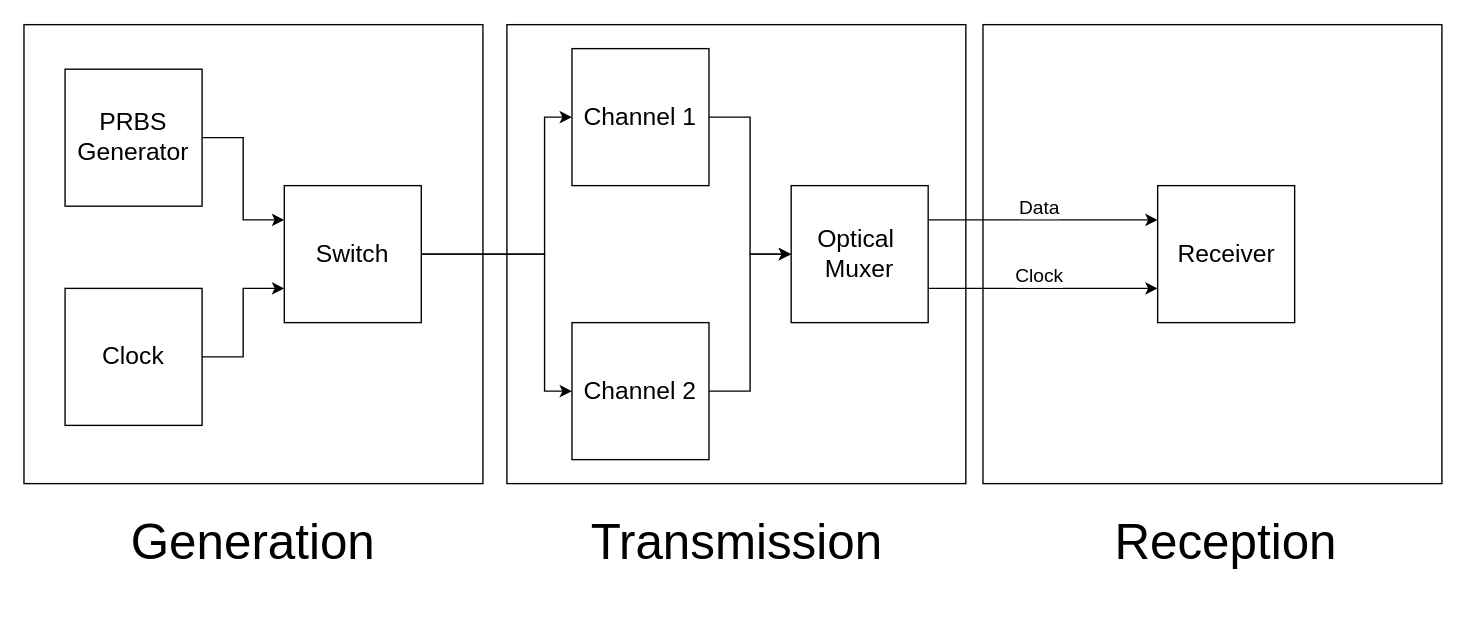
Above: img/overview.drawio in AmmarShaqeel/ucl-final (draw.io), before the change. Source tidied: cells renumbered, new cells numbered last; positions are measured from the earlier drawing's top-left corner, leaving out a move shared by most shapes. Both pictures are drawn from the tidied source at 137%, with x=0, y=0 at pixel (23, 25).
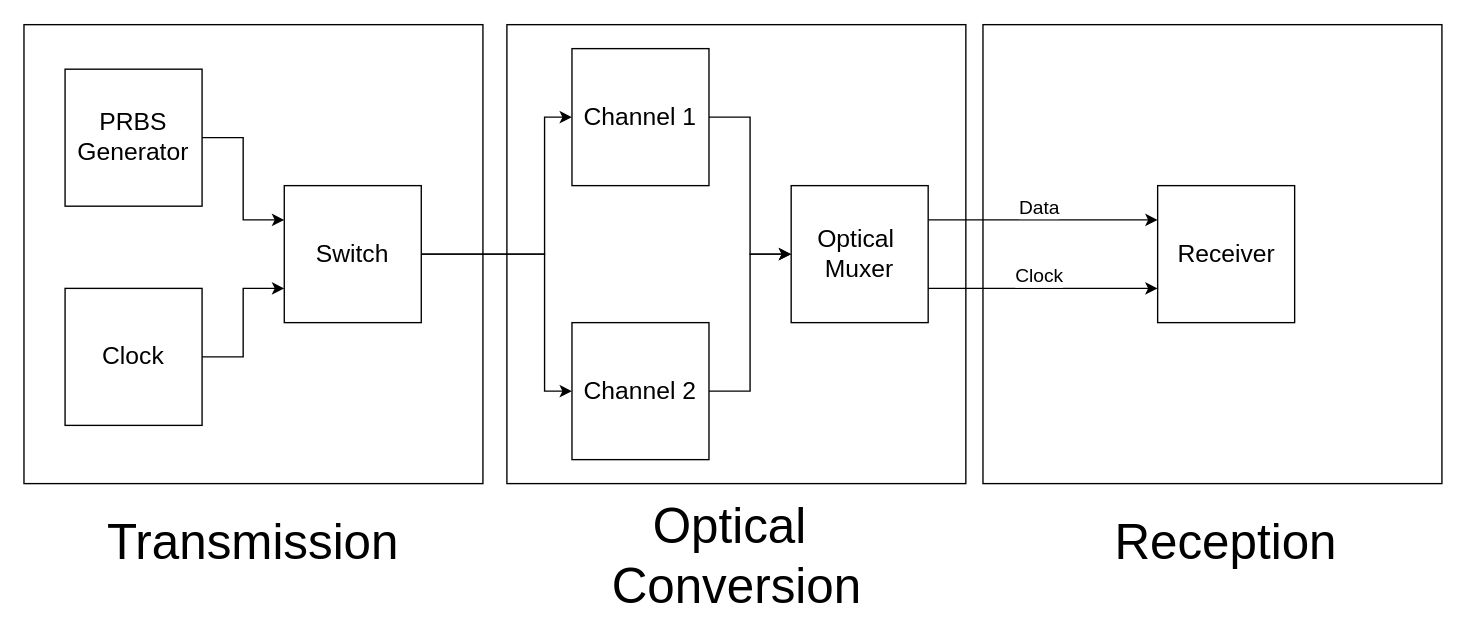
The same diagram, later.

What changed in the source:
```diff
@@
-    <mxCell id="20" value="&lt;font style=&quot;font-size: 36px&quot;&gt;Transmission&lt;/font&gt;" style="text;html=1;strokeColor=none;fillColor=none;align=center;verticalAlign=middle;whiteSpace=wrap;rounded=0;" parent="1" vertex="1">
-      <mxGeometry x="412.5" y="352" width="215" height="50" as="geometry" />
+    <mxCell id="20" value="&lt;font style=&quot;font-size: 36px&quot;&gt;Optical&amp;nbsp;&lt;br&gt;Conversion&lt;br&gt;&lt;/font&gt;" style="text;html=1;strokeColor=none;fillColor=none;align=center;verticalAlign=middle;whiteSpace=wrap;rounded=0;" parent="1" vertex="1">
+      <mxGeometry x="412.5" y="362" width="215" height="50" as="geometry" />
     </mxCell>
@@
-    <mxCell id="22" value="&lt;font style=&quot;font-size: 36px&quot;&gt;Generation&lt;/font&gt;" style="text;html=1;strokeColor=none;fillColor=none;align=center;verticalAlign=middle;whiteSpace=wrap;rounded=0;" parent="1" vertex="1">
+    <mxCell id="22" value="&lt;font style=&quot;font-size: 36px&quot;&gt;Transmission&lt;/font&gt;" style="text;html=1;strokeColor=none;fillColor=none;align=center;verticalAlign=middle;whiteSpace=wrap;rounded=0;" parent="1" vertex="1">
       <mxGeometry x="60" y="352" width="215" height="50" as="geometry" />
     </mxCell>
```
